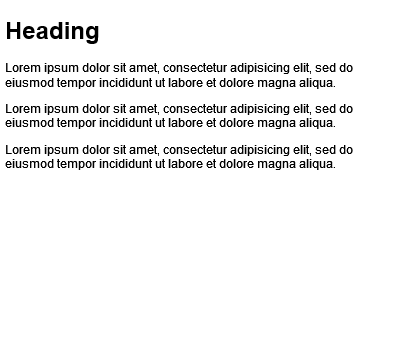
Above: test.png in Epasik/Test (draw.io), before the change. Source tidied: cells renumbered, new cells last; positions are measured from the earlier drawing's top-left corner, leaving out a move shared by most shapes. The source it was exported from:
```xml
<mxGraphModel>
  <root>
    <mxCell id="0" />
    <mxCell id="1" parent="0" />
    <mxCell id="2" value="&lt;h1&gt;Heading&lt;/h1&gt;&lt;p&gt;Lorem ipsum dolor sit amet, consectetur adipisicing elit, sed do eiusmod tempor incididunt ut labore et dolore magna aliqua.&lt;/p&gt;&lt;p&gt;Lorem ipsum dolor sit amet, consectetur adipisicing elit, sed do eiusmod tempor incididunt ut labore et dolore magna aliqua.&lt;/p&gt;&lt;p&gt;Lorem ipsum dolor sit amet, consectetur adipisicing elit, sed do eiusmod tempor incididunt ut labore et dolore magna aliqua.&lt;/p&gt;" style="text;html=1;strokeColor=none;fillColor=none;spacing=5;spacingTop=-20;whiteSpace=wrap;overflow=hidden;rounded=0;" parent="1" vertex="1">
      <mxGeometry width="400" height="340" as="geometry" />
    </mxCell>
  </root>
</mxGraphModel>
```
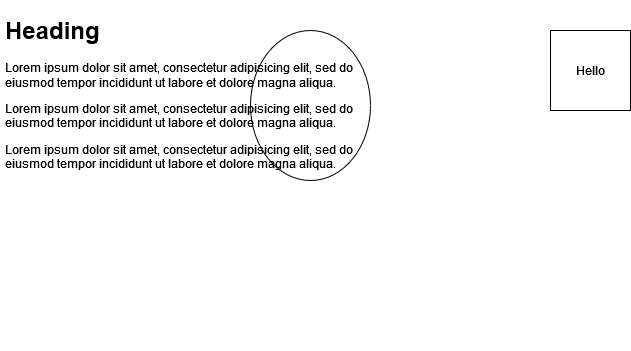
After the change.

Diff of the diagram source:
```diff
@@ -2,6 +2,12 @@
   <root>
     <mxCell id="0" />
     <mxCell id="1" parent="0" />
+    <mxCell id="3" value="&lt;div&gt;Hello&lt;/div&gt;" style="whiteSpace=wrap;html=1;" parent="1" vertex="1">
+      <mxGeometry x="550" y="20" width="80" height="80" as="geometry" />
+    </mxCell>
+    <mxCell id="4" style="ellipse;whiteSpace=wrap;html=1;" parent="1" vertex="1">
+      <mxGeometry x="250" y="20" width="120" height="150" as="geometry" />
+    </mxCell>
     <mxCell id="2" value="&lt;h1&gt;Heading&lt;/h1&gt;&lt;p&gt;Lorem ipsum dolor sit amet, consectetur adipisicing elit, sed do eiusmod tempor incididunt ut labore et dolore magna aliqua.&lt;/p&gt;&lt;p&gt;Lorem ipsum dolor sit amet, consectetur adipisicing elit, sed do eiusmod tempor incididunt ut labore et dolore magna aliqua.&lt;/p&gt;&lt;p&gt;Lorem ipsum dolor sit amet, consectetur adipisicing elit, sed do eiusmod tempor incididunt ut labore et dolore magna aliqua.&lt;/p&gt;" style="text;html=1;strokeColor=none;fillColor=none;spacing=5;spacingTop=-20;whiteSpace=wrap;overflow=hidden;rounded=0;" parent="1" vertex="1">
       <mxGeometry width="400" height="340" as="geometry" />
     </mxCell>
```
